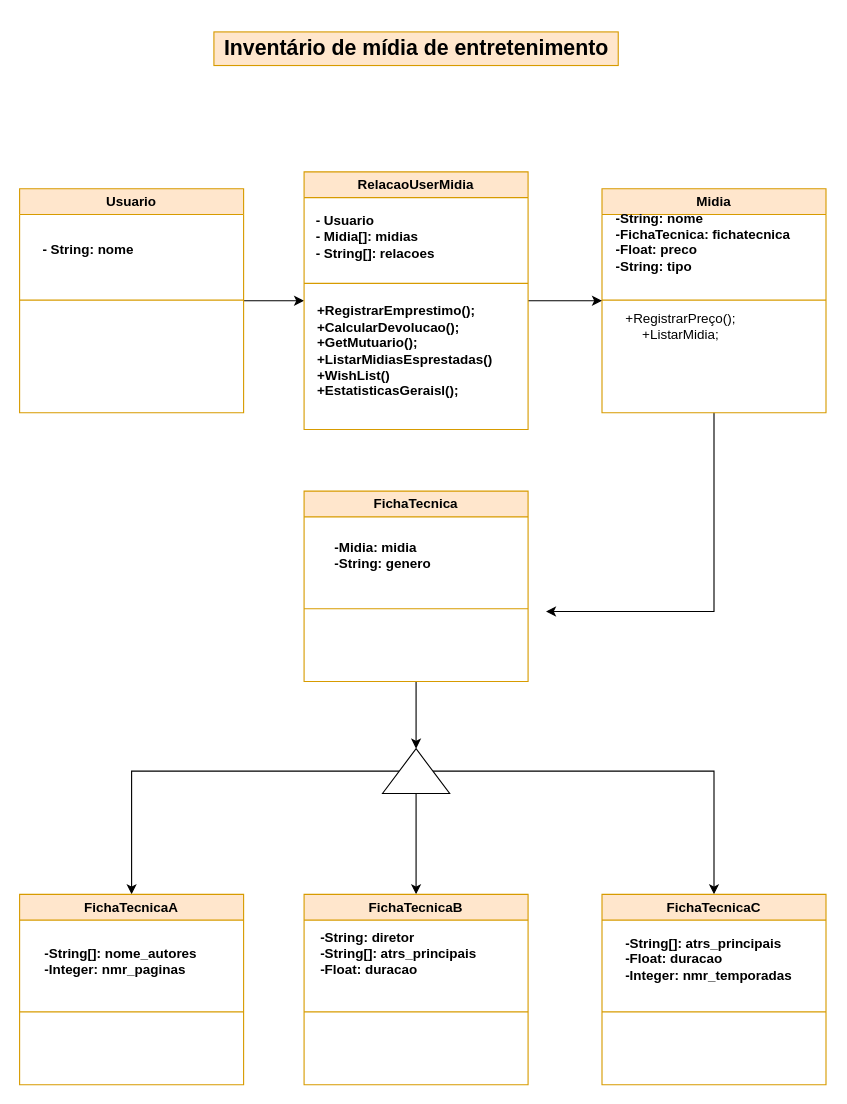
Above: media_inventory(flowchart).drawio in EliasGabrielSA/-media_inventory (draw.io), before the change. Source tidied: cells renumbered, new cells numbered last; positions are measured from the earlier drawing's top-left corner, leaving out a move shared by most shapes. Both pictures are drawn from the tidied source at 112%, with x=0, y=0 at pixel (19, 31).
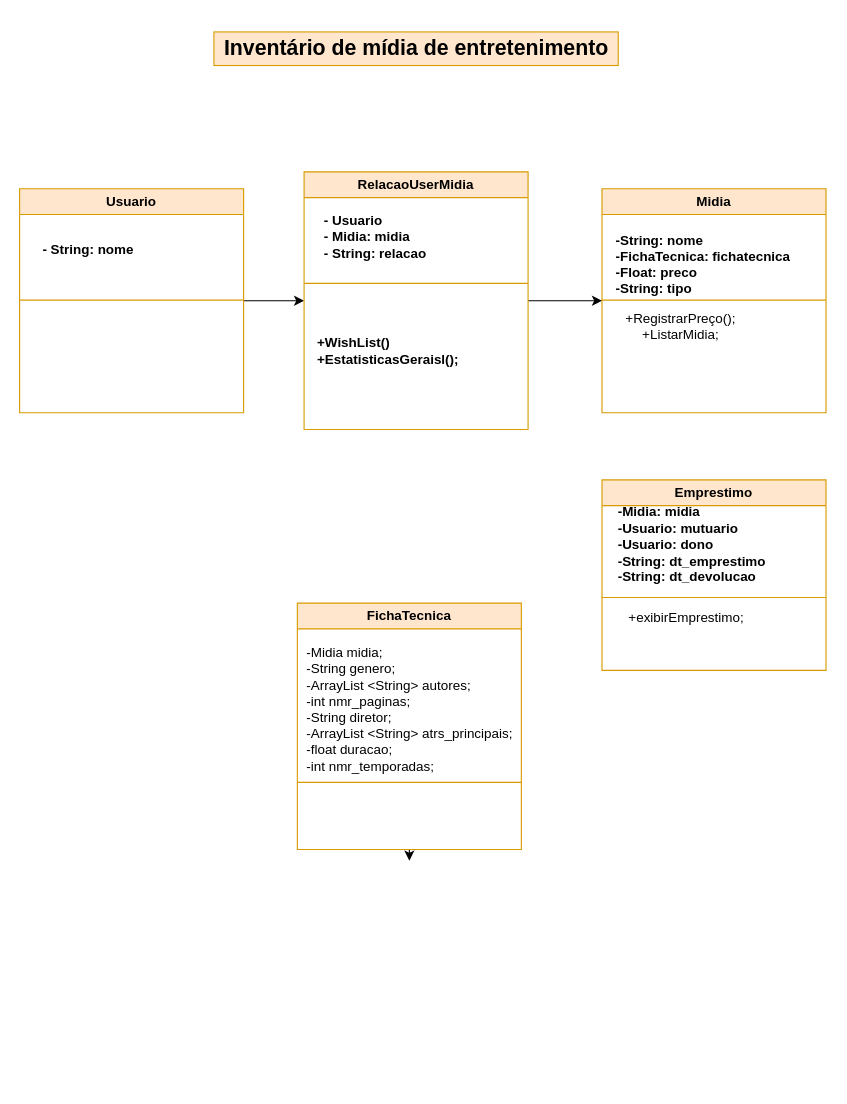
Above is the later version.

Unchanged cells that the change refers to:
```xml
<mxCell id="8" value="Midia" style="swimlane;whiteSpace=wrap;html=1;startSize=23;fillColor=#ffe6cc;strokeColor=#d79b00;" parent="1" vertex="1">
  <mxGeometry x="520" y="140" width="200" height="200" as="geometry" />
</mxCell>
<mxCell id="16" value="RelacaoUserMidia" style="swimlane;whiteSpace=wrap;html=1;startSize=23;fillColor=#ffe6cc;strokeColor=#d79b00;" parent="1" vertex="1">
  <mxGeometry x="254" y="125" width="200" height="230" as="geometry" />
</mxCell>
```

The edit, as a diff of the source:
```diff
@@
-    <mxCell id="7" style="edgeStyle=orthogonalEdgeStyle;rounded=0;jettySize=auto;html=1;entryX=1;entryY=0.75;entryDx=0;entryDy=0;exitX=0.5;exitY=1;exitDx=0;exitDy=0;" parent="1" edge="1" source="8">
-      <mxGeometry relative="1" as="geometry">
-        <mxPoint x="470" y="517.5" as="targetPoint" />
-        <Array as="points">
-          <mxPoint x="620" y="518" />
-        </Array>
-      </mxGeometry>
-    </mxCell>
@@
     <mxCell id="9" value="&lt;div style=&quot;text-align: justify;&quot;&gt;&lt;span style=&quot;background-color: initial;&quot;&gt;&lt;b&gt;-String: nome&lt;/b&gt;&lt;/span&gt;&lt;/div&gt;&lt;div style=&quot;text-align: justify;&quot;&gt;&lt;b style=&quot;background-color: initial;&quot;&gt;-FichaTecnica: fichatecnica&lt;/b&gt;&lt;/div&gt;&lt;div style=&quot;text-align: justify;&quot;&gt;&lt;b style=&quot;background-color: initial;&quot;&gt;-Float: preco&lt;/b&gt;&lt;/div&gt;&lt;div style=&quot;text-align: justify;&quot;&gt;&lt;div style=&quot;border-color: var(--border-color);&quot;&gt;&lt;b style=&quot;border-color: var(--border-color);&quot;&gt;-String: tipo&lt;/b&gt;&lt;/div&gt;&lt;div&gt;&lt;b style=&quot;border-color: var(--border-color);&quot;&gt;&lt;br&gt;&lt;/b&gt;&lt;/div&gt;&lt;/div&gt;" style="text;html=1;align=center;verticalAlign=middle;strokeColor=none;fillColor=none;" parent="8" vertex="1">
-      <mxGeometry y="10" width="180" height="90" as="geometry" />
+      <mxGeometry y="30" width="180" height="90" as="geometry" />
     </mxCell>
@@
-    <mxCell id="11" style="edgeStyle=orthogonalEdgeStyle;rounded=0;jettySize=auto;html=1;entryX=1;entryY=0.5;entryDx=0;entryDy=0;" parent="1" edge="1" source="12" target="23">
-      <mxGeometry relative="1" as="geometry" />
+    <mxCell id="11" style="edgeStyle=orthogonalEdgeStyle;rounded=0;jettySize=auto;html=1;entryX=1;entryY=0.5;entryDx=0;entryDy=0;" parent="1" edge="1" source="12">
+      <mxGeometry relative="1" as="geometry">
+        <mxPoint x="348" y="740" as="targetPoint" />
+        <Array as="points">
+          <mxPoint x="348" y="710" />
+          <mxPoint x="348" y="710" />
+        </Array>
+      </mxGeometry>
     </mxCell>
     <mxCell id="12" value="FichaTecnica" style="swimlane;whiteSpace=wrap;html=1;startSize=23;fillColor=#ffe6cc;strokeColor=#d79b00;" parent="1" vertex="1">
-      <mxGeometry x="254" y="410" width="200" height="170" as="geometry" />
+      <mxGeometry x="248" y="510" width="200" height="220" as="geometry" />
     </mxCell>
-    <mxCell id="13" value="&lt;div style=&quot;text-align: justify;&quot;&gt;&lt;b&gt;-Midia: midia&lt;/b&gt;&lt;/div&gt;&lt;div style=&quot;text-align: justify;&quot;&gt;&lt;b&gt;-String: genero&lt;/b&gt;&lt;/div&gt;&lt;div style=&quot;text-align: justify;&quot;&gt;&lt;b&gt;&lt;br&gt;&lt;/b&gt;&lt;/div&gt;" style="text;html=1;align=center;verticalAlign=middle;strokeColor=none;fillColor=none;" parent="12" vertex="1">
-      <mxGeometry x="15" y="35" width="110" height="60" as="geometry" />
+    <mxCell id="13" value="&lt;div style=&quot;text-align: justify;&quot;&gt;&lt;div&gt;-Midia midia;&lt;/div&gt;&lt;div&gt;-String genero;&lt;/div&gt;&lt;div&gt;-ArrayList &amp;lt;String&amp;gt; autores;&lt;/div&gt;&lt;div&gt;-int nmr_paginas;&lt;/div&gt;&lt;div&gt;-String diretor;&lt;/div&gt;&lt;div&gt;-ArrayList &amp;lt;String&amp;gt; atrs_principais;&lt;/div&gt;&lt;div&gt;-float duracao;&lt;/div&gt;&lt;div&gt;&lt;span style=&quot;background-color: initial;&quot;&gt;-int nmr_temporadas;&lt;/span&gt;&lt;/div&gt;&lt;/div&gt;" style="text;html=1;align=center;verticalAlign=middle;strokeColor=none;fillColor=none;" parent="12" vertex="1">
+      <mxGeometry x="-5" y="30" width="210" height="130" as="geometry" />
     </mxCell>
     <mxCell id="14" style="endArrow=none;html=1;rounded=0;fillColor=#ffe6cc;strokeColor=#d79b00;" parent="12" edge="1">
       <mxGeometry relative="1" as="geometry">
-        <mxPoint y="105" as="sourcePoint" />
-        <mxPoint x="200" y="105" as="targetPoint" />
+        <mxPoint y="160" as="sourcePoint" />
+        <mxPoint x="200" y="160" as="targetPoint" />
       </mxGeometry>
     </mxCell>
@@
-    <mxCell id="17" value="&lt;div style=&quot;text-align: justify;&quot;&gt;&lt;span style=&quot;background-color: initial;&quot;&gt;&lt;b&gt;- Usuario&lt;/b&gt;&lt;/span&gt;&lt;/div&gt;&lt;div style=&quot;text-align: justify;&quot;&gt;&lt;span style=&quot;background-color: initial;&quot;&gt;&lt;b&gt;- Midia[]: midias&lt;/b&gt;&lt;/span&gt;&lt;/div&gt;&lt;div style=&quot;text-align: justify;&quot;&gt;&lt;span style=&quot;background-color: initial;&quot;&gt;&lt;b&gt;- String[]: relacoes&amp;nbsp;&lt;/b&gt;&lt;/span&gt;&lt;/div&gt;&lt;div style=&quot;text-align: justify;&quot;&gt;&lt;span style=&quot;background-color: initial;&quot;&gt;&lt;b&gt;&lt;br&gt;&lt;/b&gt;&lt;/span&gt;&lt;/div&gt;" style="text;html=1;align=center;verticalAlign=middle;strokeColor=none;fillColor=none;" parent="16" vertex="1">
-      <mxGeometry y="30" width="130" height="70" as="geometry" />
+    <mxCell id="17" value="&lt;div style=&quot;text-align: justify;&quot;&gt;&lt;span style=&quot;background-color: initial;&quot;&gt;&lt;b&gt;- Usuario&lt;/b&gt;&lt;/span&gt;&lt;/div&gt;&lt;div style=&quot;text-align: justify;&quot;&gt;&lt;span style=&quot;background-color: initial;&quot;&gt;&lt;b&gt;- Midia: midia&lt;/b&gt;&lt;/span&gt;&lt;/div&gt;&lt;div style=&quot;text-align: justify;&quot;&gt;&lt;span style=&quot;background-color: initial;&quot;&gt;&lt;b&gt;- String: relacao&amp;nbsp;&lt;/b&gt;&lt;/span&gt;&lt;/div&gt;&lt;div style=&quot;text-align: justify;&quot;&gt;&lt;span style=&quot;background-color: initial;&quot;&gt;&lt;b&gt;&lt;br&gt;&lt;/b&gt;&lt;/span&gt;&lt;/div&gt;" style="text;html=1;align=center;verticalAlign=middle;strokeColor=none;fillColor=none;" parent="16" vertex="1">
+      <mxGeometry x="5" y="30" width="120" height="70" as="geometry" />
     </mxCell>
@@
-    <mxCell id="19" value="&lt;b&gt;+RegistrarEmprestimo();&lt;br&gt;+CalcularDevolucao();&lt;br&gt;+GetMutuario();&lt;br&gt;+ListarMidiasEsprestadas()&lt;br&gt;+WishList()&lt;br&gt;+EstatisticasGeraisl();&lt;/b&gt;" style="text;html=1;align=left;verticalAlign=middle;strokeColor=none;fillColor=none;" parent="16" vertex="1">
-      <mxGeometry x="10" y="110" width="180" height="100" as="geometry" />
+    <mxCell id="19" value="&lt;b&gt;+WishList()&lt;br&gt;+EstatisticasGeraisl();&lt;/b&gt;" style="text;html=1;align=left;verticalAlign=middle;strokeColor=none;fillColor=none;" parent="16" vertex="1">
+      <mxGeometry x="10" y="140" width="150" height="40" as="geometry" />
     </mxCell>
-    <mxCell id="20" style="edgeStyle=orthogonalEdgeStyle;rounded=0;jettySize=auto;html=1;entryX=0.5;entryY=0;entryDx=0;entryDy=0;" parent="1" edge="1" source="23" target="24">
-      <mxGeometry relative="1" as="geometry" />
-    </mxCell>
-    <mxCell id="21" style="edgeStyle=orthogonalEdgeStyle;rounded=0;jettySize=auto;html=1;entryX=0.5;entryY=0;entryDx=0;entryDy=0;" parent="1" edge="1" source="23" target="30">
-      <mxGeometry relative="1" as="geometry" />
-    </mxCell>
-    <mxCell id="22" style="edgeStyle=orthogonalEdgeStyle;rounded=0;jettySize=auto;html=1;entryX=0.5;entryY=0;entryDx=0;entryDy=0;" parent="1" edge="1" source="23" target="27">
-      <mxGeometry relative="1" as="geometry" />
-    </mxCell>
-    <mxCell id="23" style="triangle;whiteSpace=wrap;html=1;rotation=-90;" parent="1" vertex="1">
-      <mxGeometry x="334" y="630" width="40" height="60" as="geometry" />
-    </mxCell>
-    <mxCell id="24" value="FichaTecnicaA" style="swimlane;whiteSpace=wrap;html=1;startSize=23;fillColor=#ffe6cc;strokeColor=#d79b00;" parent="1" vertex="1">
-      <mxGeometry y="770" width="200" height="170" as="geometry" />
-    </mxCell>
-    <mxCell id="25" value="&lt;div style=&quot;text-align: justify;&quot;&gt;&lt;b&gt;-String[]: nome_autores&lt;/b&gt;&lt;/div&gt;&lt;div style=&quot;text-align: justify;&quot;&gt;&lt;b&gt;-Integer: nmr_paginas&lt;/b&gt;&lt;/div&gt;" style="text;html=1;align=center;verticalAlign=middle;strokeColor=none;fillColor=none;" parent="24" vertex="1">
-      <mxGeometry x="10" y="40" width="160" height="40" as="geometry" />
-    </mxCell>
-    <mxCell id="26" style="endArrow=none;html=1;rounded=0;fillColor=#ffe6cc;strokeColor=#d79b00;" parent="24" edge="1">
-      <mxGeometry relative="1" as="geometry">
-        <mxPoint y="105" as="sourcePoint" />
-        <mxPoint x="200" y="105" as="targetPoint" />
-      </mxGeometry>
-    </mxCell>
-    <mxCell id="27" value="FichaTecnicaB" style="swimlane;whiteSpace=wrap;html=1;startSize=23;fillColor=#ffe6cc;strokeColor=#d79b00;" parent="1" vertex="1">
-      <mxGeometry x="254" y="770" width="200" height="170" as="geometry" />
-    </mxCell>
-    <mxCell id="28" value="&lt;div style=&quot;text-align: justify;&quot;&gt;&lt;b&gt;-String: diretor&lt;/b&gt;&lt;/div&gt;&lt;div style=&quot;text-align: justify;&quot;&gt;&lt;b&gt;-String[]: atrs_principais&lt;/b&gt;&lt;/div&gt;&lt;div style=&quot;text-align: justify;&quot;&gt;&lt;b&gt;-Float: duracao&lt;/b&gt;&lt;/div&gt;&lt;div style=&quot;text-align: justify;&quot;&gt;&lt;b&gt;&lt;br&gt;&lt;/b&gt;&lt;/div&gt;" style="text;html=1;align=center;verticalAlign=middle;strokeColor=none;fillColor=none;" parent="27" vertex="1">
-      <mxGeometry x="4" y="25" width="160" height="70" as="geometry" />
-    </mxCell>
-    <mxCell id="29" style="endArrow=none;html=1;rounded=0;fillColor=#ffe6cc;strokeColor=#d79b00;" parent="27" edge="1">
-      <mxGeometry relative="1" as="geometry">
-        <mxPoint y="105" as="sourcePoint" />
-        <mxPoint x="200" y="105" as="targetPoint" />
-      </mxGeometry>
-    </mxCell>
-    <mxCell id="30" value="FichaTecnicaC" style="swimlane;whiteSpace=wrap;html=1;startSize=23;fillColor=#ffe6cc;strokeColor=#d79b00;" parent="1" vertex="1">
-      <mxGeometry x="520" y="770" width="200" height="170" as="geometry" />
-    </mxCell>
-    <mxCell id="31" value="&lt;div style=&quot;text-align: justify;&quot;&gt;&lt;div style=&quot;border-color: var(--border-color);&quot;&gt;&lt;b style=&quot;background-color: initial; border-color: var(--border-color);&quot;&gt;-String[]: atrs_principais&lt;/b&gt;&lt;/div&gt;&lt;div style=&quot;border-color: var(--border-color);&quot;&gt;&lt;b style=&quot;border-color: var(--border-color);&quot;&gt;-Float: duracao&lt;/b&gt;&lt;/div&gt;&lt;div style=&quot;border-color: var(--border-color);&quot;&gt;&lt;b style=&quot;border-color: var(--border-color);&quot;&gt;-Integer: nmr_temporadas&lt;/b&gt;&lt;/div&gt;&lt;div style=&quot;border-color: var(--border-color);&quot;&gt;&lt;b style=&quot;border-color: var(--border-color);&quot;&gt;&lt;br&gt;&lt;/b&gt;&lt;/div&gt;&lt;/div&gt;" style="text;html=1;align=center;verticalAlign=middle;strokeColor=none;fillColor=none;" parent="30" vertex="1">
-      <mxGeometry x="10" y="30" width="170" height="70" as="geometry" />
-    </mxCell>
-    <mxCell id="32" style="endArrow=none;html=1;rounded=0;fillColor=#ffe6cc;strokeColor=#d79b00;" parent="30" edge="1">
-      <mxGeometry relative="1" as="geometry">
-        <mxPoint y="105" as="sourcePoint" />
-        <mxPoint x="200" y="105" as="targetPoint" />
-      </mxGeometry>
-    </mxCell>
@@
+    <mxCell id="34" value="Emprestimo" style="swimlane;whiteSpace=wrap;html=1;startSize=23;fillColor=#ffe6cc;strokeColor=#d79b00;" parent="1" vertex="1">
+      <mxGeometry x="520" y="400" width="200" height="170" as="geometry" />
+    </mxCell>
+    <mxCell id="35" value="&lt;div style=&quot;text-align: justify;&quot;&gt;&lt;b&gt;-Midia: midia&lt;/b&gt;&lt;/div&gt;&lt;div style=&quot;text-align: justify;&quot;&gt;&lt;b&gt;-Usuario: mutuario&lt;/b&gt;&lt;/div&gt;&lt;div style=&quot;text-align: justify;&quot;&gt;&lt;b style=&quot;background-color: initial;&quot;&gt;-Usuario: dono&lt;/b&gt;&lt;/div&gt;&lt;div style=&quot;text-align: justify;&quot;&gt;&lt;b style=&quot;background-color: initial;&quot;&gt;-String: dt_emprestimo&lt;/b&gt;&lt;/div&gt;&lt;div style=&quot;text-align: justify;&quot;&gt;&lt;b&gt;-String: dt_devolucao&lt;/b&gt;&lt;/div&gt;&lt;div style=&quot;text-align: justify;&quot;&gt;&lt;b&gt;&lt;br&gt;&lt;/b&gt;&lt;/div&gt;" style="text;html=1;align=center;verticalAlign=middle;strokeColor=none;fillColor=none;" parent="34" vertex="1">
+      <mxGeometry y="15" width="160" height="100" as="geometry" />
+    </mxCell>
+    <mxCell id="36" style="endArrow=none;html=1;rounded=0;fillColor=#ffe6cc;strokeColor=#d79b00;" parent="34" edge="1">
+      <mxGeometry relative="1" as="geometry">
+        <mxPoint y="105" as="sourcePoint" />
+        <mxPoint x="200" y="105" as="targetPoint" />
+      </mxGeometry>
+    </mxCell>
+    <mxCell id="37" value="+exibirEmprestimo;" style="text;html=1;align=center;verticalAlign=middle;strokeColor=none;fillColor=none;" parent="34" vertex="1">
+      <mxGeometry x="10" y="108" width="130" height="30" as="geometry" />
+    </mxCell>
```
